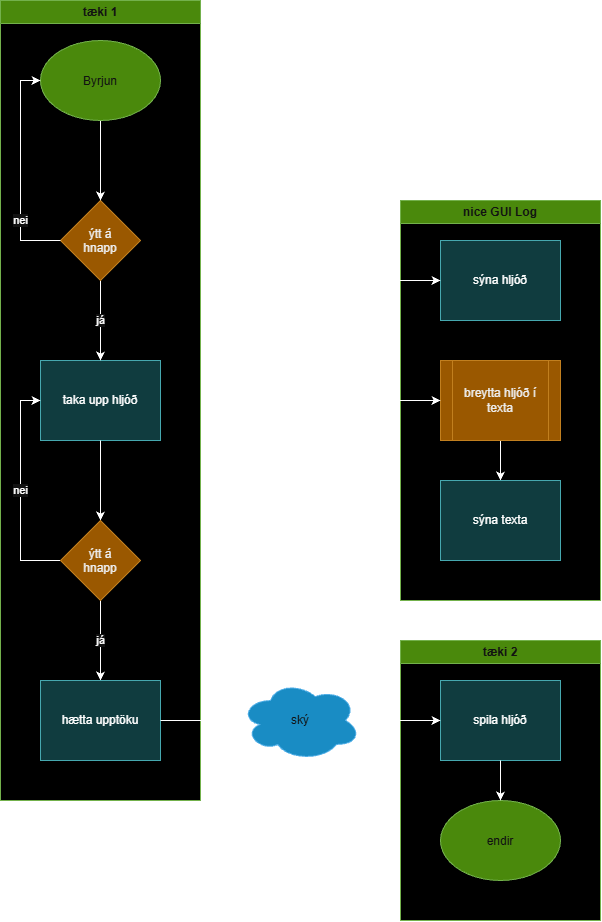
juliusgu25/Verksmidja3-lokaverkefni keeps this draw.io diagram as flowchart.drawio.png. Above is the earlier version. Source tidied: cells renumbered, new cells last; positions are measured from the earlier drawing's top-left corner, leaving out a move shared by most shapes.
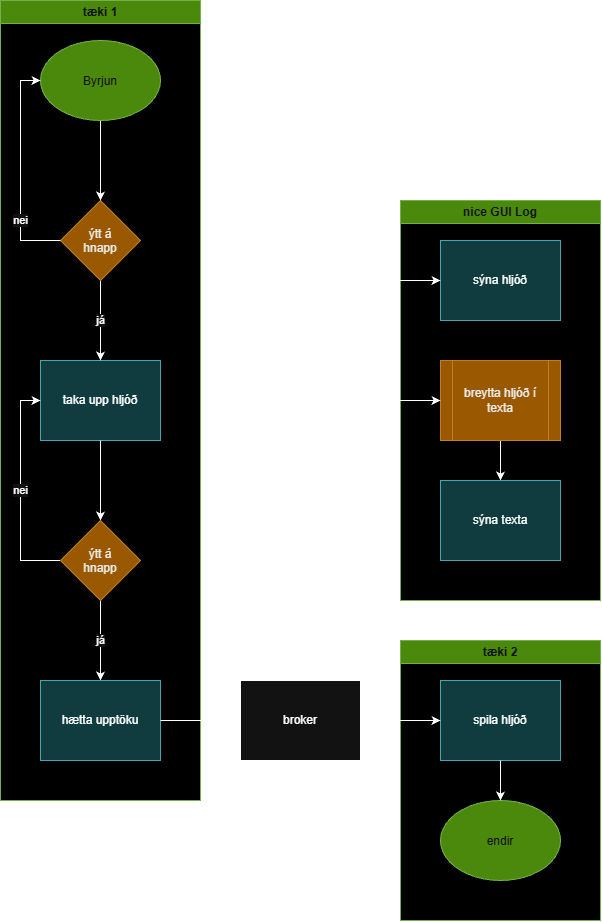
The same file after the commit.

What changed in the source:
```diff
@@ -62,31 +62,37 @@
     <mxCell id="21" value="Byrjun" style="ellipse;whiteSpace=wrap;html=1;shapeInside=1;fillColor=#60a917;fontColor=#ffffff;strokeColor=#2D7600;" parent="1" vertex="1">
       <mxGeometry x="40" y="40" width="120" height="80" as="geometry" />
     </mxCell>
-    <mxCell id="22" style="edgeStyle=orthogonalEdgeStyle;rounded=0;jettySize=auto;html=1;entryX=0;entryY=0.5;entryDx=0;entryDy=0;" parent="1" edge="1" source="25" target="16">
+    <mxCell id="22" style="edgeStyle=orthogonalEdgeStyle;rounded=0;jettySize=auto;html=1;entryX=0;entryY=0.5;entryDx=0;entryDy=0;" parent="1" edge="1" target="16">
       <mxGeometry relative="1" as="geometry">
+        <mxPoint x="300" y="680" as="sourcePoint" />
         <Array as="points">
           <mxPoint x="300" y="280" />
         </Array>
       </mxGeometry>
     </mxCell>
-    <mxCell id="23" style="edgeStyle=orthogonalEdgeStyle;rounded=0;jettySize=auto;html=1;entryX=0;entryY=0.5;entryDx=0;entryDy=0;" parent="1" edge="1" source="25" target="18">
+    <mxCell id="23" style="edgeStyle=orthogonalEdgeStyle;rounded=0;jettySize=auto;html=1;entryX=0;entryY=0.5;entryDx=0;entryDy=0;" parent="1" edge="1" target="18">
       <mxGeometry relative="1" as="geometry">
+        <mxPoint x="300" y="680" as="sourcePoint" />
         <Array as="points">
           <mxPoint x="300" y="400" />
         </Array>
       </mxGeometry>
     </mxCell>
-    <mxCell id="24" style="edgeStyle=orthogonalEdgeStyle;rounded=0;jettySize=auto;html=1;" parent="1" edge="1" source="25" target="4">
-      <mxGeometry relative="1" as="geometry" />
+    <mxCell id="24" style="edgeStyle=orthogonalEdgeStyle;rounded=0;jettySize=auto;html=1;" parent="1" edge="1" target="4">
+      <mxGeometry relative="1" as="geometry">
+        <mxPoint x="360" y="720" as="sourcePoint" />
+      </mxGeometry>
     </mxCell>
-    <mxCell id="25" value="ský" style="ellipse;shape=cloud;whiteSpace=wrap;html=1;fillColor=#1ba1e2;fontColor=#ffffff;strokeColor=#006EAF;" parent="1" vertex="1">
-      <mxGeometry x="240" y="680" width="120" height="80" as="geometry" />
-    </mxCell>
     <mxCell id="26" value="nei" style="edgeStyle=orthogonalEdgeStyle;rounded=0;jettySize=auto;html=1;exitX=0;exitY=0.5;exitDx=0;exitDy=0;entryX=0;entryY=0.5;entryDx=0;entryDy=0;" parent="1" edge="1" source="10" target="21">
       <mxGeometry x="-0.45" relative="1" as="geometry" />
     </mxCell>
-    <mxCell id="27" style="edgeStyle=orthogonalEdgeStyle;rounded=0;jettySize=auto;html=1;" parent="1" edge="1" source="14" target="25">
-      <mxGeometry relative="1" as="geometry" />
+    <mxCell id="27" style="edgeStyle=orthogonalEdgeStyle;rounded=0;jettySize=auto;html=1;" parent="1" edge="1" source="14">
+      <mxGeometry relative="1" as="geometry">
+        <mxPoint x="240" y="720" as="targetPoint" />
+      </mxGeometry>
     </mxCell>
+    <mxCell id="28" value="broker" style="rounded=0;whiteSpace=wrap;html=1;" parent="1" vertex="1">
+      <mxGeometry x="240" y="680" width="120" height="80" as="geometry" />
+    </mxCell>
   </root>
 </mxGraphModel>
```
